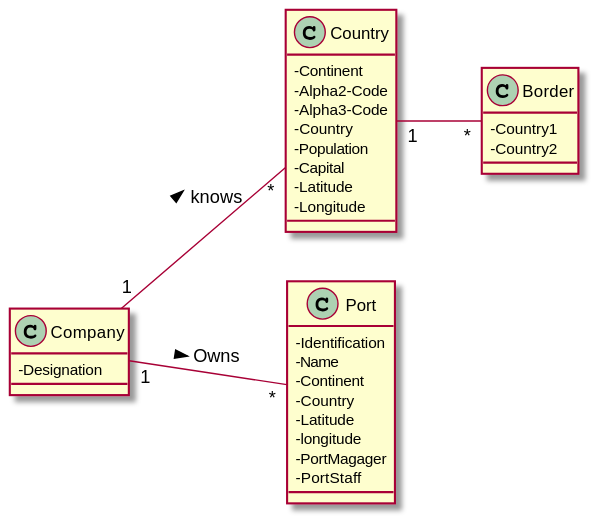
Earlier version of the PlantUML export docs/Sprint 3/US/US301/US301_MD.svg (1190772/LAB-Project-3).
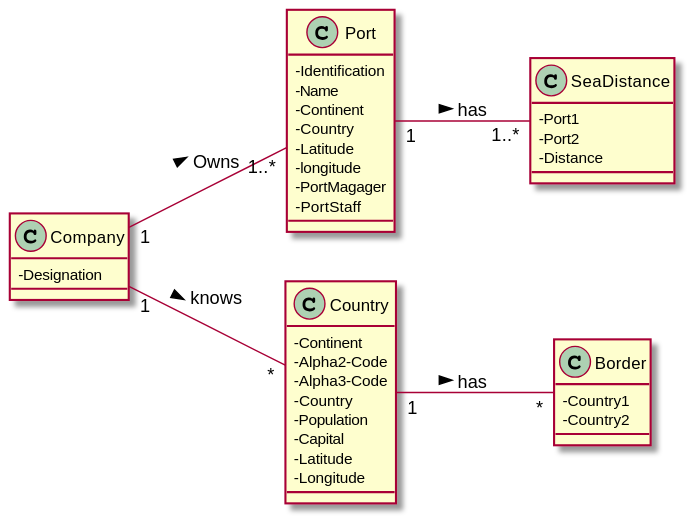
The same diagram one commit later.

What changed in the source:
```diff
@@ -1,12 +1,29 @@
 @startuml
 
 skinparam classAttributeIconSize 0
+
+left to right direction
 
 class Company {
 -Designation
 }
 
-left to right direction
+class Port {
+-Identification
+-Name
+-Continent
+-Country
+-Latitude
+-longitude
+-PortMagager
+-PortStaff
+}
+
+class SeaDistance {
+-Port1
+-Port2
+-Distance
+}
 
 class Country {
 -Continent
@@ -24,19 +41,8 @@
 -Country2
 }
 
-class Port {
--Identification
--Name
--Continent
--Country
--Latitude
--longitude
--PortMagager
--PortStaff
-}
-
-Company "1" -- "*" Port : Owns >
+Company "1" -- "1..*" Port : Owns >
 Company "1" -- "*" Country : knows >
-Country "1" -- "*" Border
-
+Country "1" -- "*" Border : has >
+Port "1" -- "1..*" SeaDistance : has >
 @enduml
```
